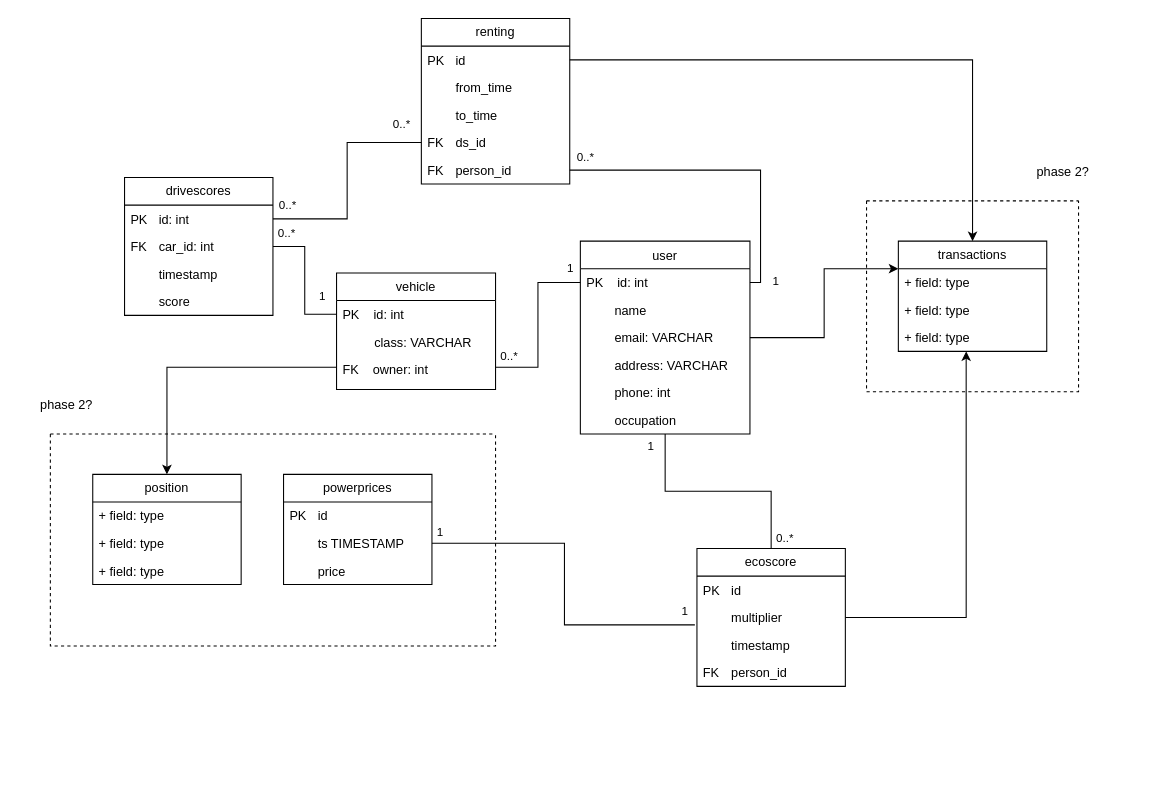
This is Code/Server/uml/prosjektdb.drawio from ElektroMannen/Ingenior-prosjekt-1, a draw.io file, before an edit. Source tidied: cells renumbered, new cells numbered last; positions are measured from the earlier drawing's top-left corner, leaving out a move shared by most shapes. Both pictures are drawn from the tidied source at 106%, with x=0, y=0 at pixel (29, 18).
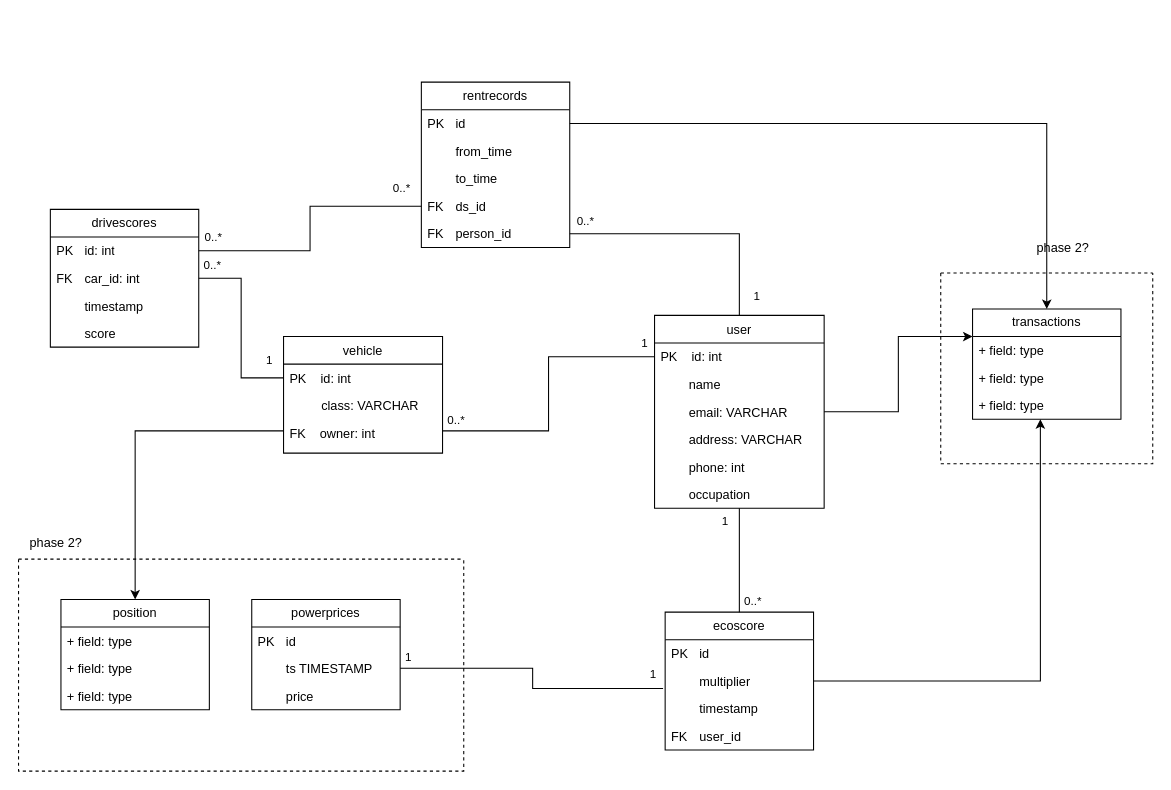
The same diagram, later.

The change refers to these unchanged cells:
```xml
<mxCell id="7" value="PK    id: int" style="text;align=left;verticalAlign=top;spacingLeft=4;spacingRight=4;overflow=hidden;points=[[0,0.5],[1,0.5]];portConstraint=eastwest;" parent="6" vertex="1">
  <mxGeometry y="26" width="160" height="26" as="geometry" />
</mxCell>
<mxCell id="26" value="FK&lt;span style=&quot;white-space: pre;&quot;&gt;&#9;&lt;/span&gt;person_id" style="text;strokeColor=none;fillColor=none;align=left;verticalAlign=top;spacingLeft=4;spacingRight=4;overflow=hidden;points=[[0,0.5],[1,0.5]];portConstraint=eastwest;whiteSpace=wrap;html=1;" parent="21" vertex="1">
  <mxGeometry y="130" width="140" height="26" as="geometry" />
</mxCell>
```

Diff of the diagram source:
```diff
@@
     <mxCell id="2" value="vehicle" style="swimlane;fontStyle=0;align=center;verticalAlign=top;horizontal=1;startSize=26;rounded=0;shadow=0;strokeWidth=1;" parent="1" vertex="1">
-      <mxGeometry x="290" y="240" width="150" height="110" as="geometry" />
+      <mxGeometry x="240" y="300" width="150" height="110" as="geometry" />
     </mxCell>
@@
     <mxCell id="6" value="user" style="swimlane;fontStyle=0;align=center;verticalAlign=top;horizontal=1;startSize=26;rounded=0;shadow=0;strokeWidth=1;" parent="1" vertex="1">
-      <mxGeometry x="520" y="210" width="160" height="182" as="geometry" />
+      <mxGeometry x="590" y="280" width="160" height="182" as="geometry" />
     </mxCell>
@@
     <mxCell id="13" value="drivescores" style="swimlane;fontStyle=0;horizontal=1;startSize=26;fillColor=none;whiteSpace=wrap;html=1;" parent="1" vertex="1">
-      <mxGeometry x="90" y="150" width="140" height="130" as="geometry" />
+      <mxGeometry x="20" y="180" width="140" height="130" as="geometry" />
     </mxCell>
@@
-    <mxCell id="21" value="renting" style="swimlane;fontStyle=0;horizontal=1;startSize=26;fillColor=none;whiteSpace=wrap;html=1;" parent="1" vertex="1">
-      <mxGeometry x="370" width="140" height="156" as="geometry" />
+    <mxCell id="21" value="rentrecords" style="swimlane;fontStyle=0;horizontal=1;startSize=26;fillColor=none;whiteSpace=wrap;html=1;" parent="1" vertex="1">
+      <mxGeometry x="370" y="60" width="140" height="156" as="geometry" />
     </mxCell>
@@
     <mxCell id="27" value="ecoscore" style="swimlane;fontStyle=0;horizontal=1;startSize=26;fillColor=none;whiteSpace=wrap;html=1;" parent="1" vertex="1">
-      <mxGeometry x="630" y="500" width="140" height="130" as="geometry" />
+      <mxGeometry x="600" y="560" width="140" height="130" as="geometry" />
     </mxCell>
@@
-    <mxCell id="31" value="FK&lt;span style=&quot;white-space: pre;&quot;&gt;&#9;&lt;/span&gt;person_id" style="text;strokeColor=none;fillColor=none;align=left;verticalAlign=top;spacingLeft=4;spacingRight=4;overflow=hidden;whiteSpace=wrap;html=1;" parent="27" vertex="1">
+    <mxCell id="31" value="FK&lt;span style=&quot;white-space: pre;&quot;&gt;&#9;&lt;/span&gt;user_id" style="text;strokeColor=none;fillColor=none;align=left;verticalAlign=top;spacingLeft=4;spacingRight=4;overflow=hidden;whiteSpace=wrap;html=1;" parent="27" vertex="1">
       <mxGeometry y="104" width="140" height="26" as="geometry" />
     </mxCell>
@@
-    <mxCell id="38" style="endArrow=none;html=1;edgeStyle=orthogonalEdgeStyle;rounded=0;exitX=1;exitY=0.5;exitDx=0;exitDy=0;entryX=1;entryY=0.5;entryDx=0;entryDy=0;" parent="1" edge="1" source="26" target="7">
+    <mxCell id="38" style="endArrow=none;html=1;edgeStyle=orthogonalEdgeStyle;rounded=0;exitX=1;exitY=0.5;exitDx=0;exitDy=0;entryX=0.5;entryY=0;entryDx=0;entryDy=0;" parent="1" edge="1" source="26" target="6">
       <mxGeometry relative="1" as="geometry" />
     </mxCell>
@@
     <mxCell id="40" value="1" style="edgeLabel;html=1;align=right;verticalAlign=bottom;" parent="38" vertex="1">
       <mxGeometry x="1" relative="1" as="geometry">
-        <mxPoint x="28" y="7" as="offset" />
+        <mxPoint x="20" y="-10" as="offset" />
       </mxGeometry>
     </mxCell>
@@
-    <mxCell id="47" value="transactions" style="swimlane;fontStyle=0;horizontal=1;startSize=26;fillColor=none;whiteSpace=wrap;html=1;" parent="1" vertex="1">
-      <mxGeometry x="820" y="210" width="140" height="104" as="geometry" />
-    </mxCell>
-    <mxCell id="48" value="+ field: type" style="text;strokeColor=none;fillColor=none;align=left;verticalAlign=top;spacingLeft=4;spacingRight=4;overflow=hidden;whiteSpace=wrap;html=1;" parent="47" vertex="1">
-      <mxGeometry y="26" width="140" height="26" as="geometry" />
-    </mxCell>
-    <mxCell id="49" value="+ field: type" style="text;strokeColor=none;fillColor=none;align=left;verticalAlign=top;spacingLeft=4;spacingRight=4;overflow=hidden;whiteSpace=wrap;html=1;" parent="47" vertex="1">
-      <mxGeometry y="52" width="140" height="26" as="geometry" />
-    </mxCell>
-    <mxCell id="50" value="+ field: type" style="text;strokeColor=none;fillColor=none;align=left;verticalAlign=top;spacingLeft=4;spacingRight=4;overflow=hidden;points=[[0,0.5],[1,0.5]];portConstraint=eastwest;whiteSpace=wrap;html=1;" parent="47" vertex="1">
-      <mxGeometry y="78" width="140" height="26" as="geometry" />
-    </mxCell>
@@
     <mxCell id="55" style="swimlane;startSize=0;dashed=1;" parent="1" vertex="1">
-      <mxGeometry x="20" y="392" width="420" height="200" as="geometry" />
+      <mxGeometry x="-10" y="510" width="420" height="200" as="geometry" />
     </mxCell>
@@
     <mxCell id="64" style="swimlane;startSize=0;dashed=1;" parent="1" vertex="1">
-      <mxGeometry x="790" y="172" width="200" height="180" as="geometry" />
+      <mxGeometry x="860" y="240" width="200" height="180" as="geometry" />
     </mxCell>
+    <mxCell id="47" value="transactions" style="swimlane;fontStyle=0;horizontal=1;startSize=26;fillColor=none;whiteSpace=wrap;html=1;" parent="64" vertex="1">
+      <mxGeometry x="30" y="34" width="140" height="104" as="geometry" />
+    </mxCell>
+    <mxCell id="48" value="+ field: type" style="text;strokeColor=none;fillColor=none;align=left;verticalAlign=top;spacingLeft=4;spacingRight=4;overflow=hidden;whiteSpace=wrap;html=1;" parent="47" vertex="1">
+      <mxGeometry y="26" width="140" height="26" as="geometry" />
+    </mxCell>
+    <mxCell id="49" value="+ field: type" style="text;strokeColor=none;fillColor=none;align=left;verticalAlign=top;spacingLeft=4;spacingRight=4;overflow=hidden;whiteSpace=wrap;html=1;" parent="47" vertex="1">
+      <mxGeometry y="52" width="140" height="26" as="geometry" />
+    </mxCell>
+    <mxCell id="50" value="+ field: type" style="text;strokeColor=none;fillColor=none;align=left;verticalAlign=top;spacingLeft=4;spacingRight=4;overflow=hidden;points=[[0,0.5],[1,0.5]];portConstraint=eastwest;whiteSpace=wrap;html=1;" parent="47" vertex="1">
+      <mxGeometry y="78" width="140" height="26" as="geometry" />
+    </mxCell>
+    <mxCell id="66" value="phase 2?" style="text;html=1;align=center;verticalAlign=middle;strokeColor=none;fillColor=none;" parent="1" vertex="1">
+      <mxGeometry x="-10" y="480" width="70" height="30" as="geometry" />
+    </mxCell>
     <mxCell id="65" value="phase 2?" style="text;html=1;align=center;verticalAlign=middle;strokeColor=none;fillColor=none;" parent="1" vertex="1">
-      <mxGeometry x="940" y="130" width="70" height="30" as="geometry" />
+      <mxGeometry x="940" y="202" width="70" height="30" as="geometry" />
     </mxCell>
-    <mxCell id="66" value="phase 2?" style="text;html=1;align=center;verticalAlign=middle;strokeColor=none;fillColor=none;" parent="1" vertex="1">
-      <mxGeometry y="350" width="70" height="30" as="geometry" />
-    </mxCell>
```
